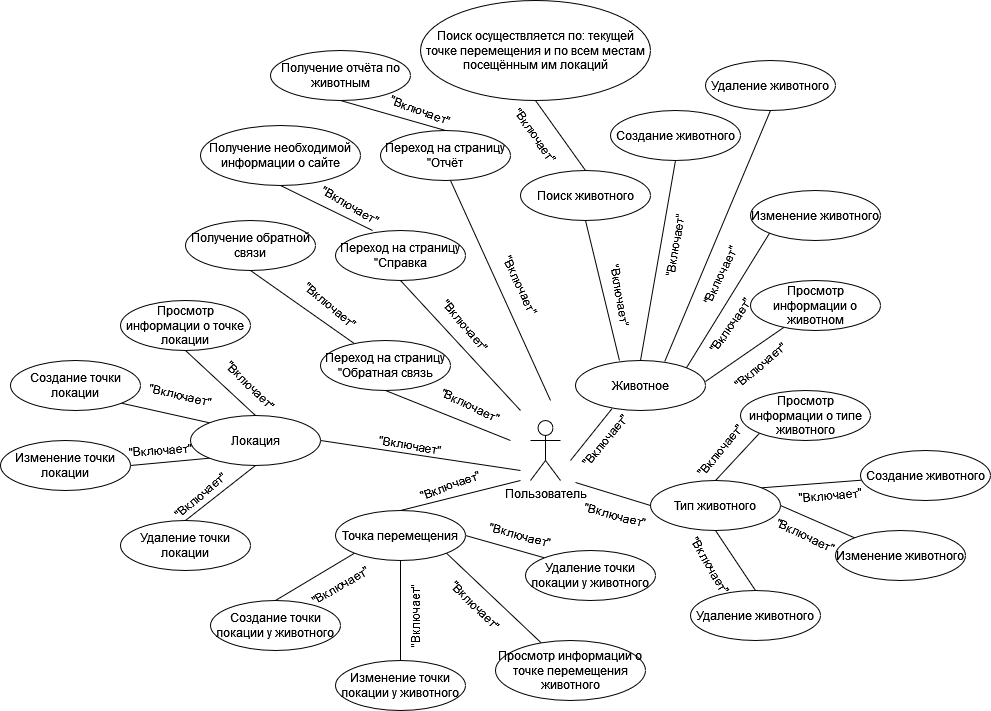
snglrtycrvtureofspce/AnimalTrackerApp keeps this draw.io diagram as resources/assets/ДВИ.png. Above is the earlier version. Source tidied: cells renumbered, new cells last; positions are measured from the earlier drawing's top-left corner, leaving out a move shared by most shapes.
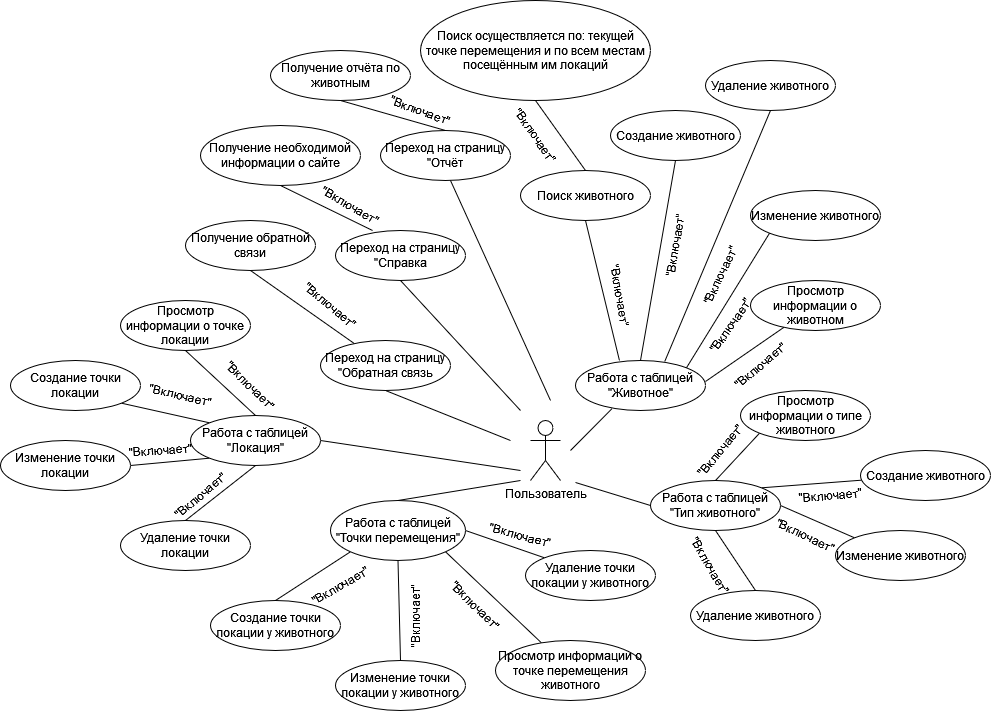
After the change.

The edit, as a diff of the source:
```diff
@@ -5,18 +5,15 @@
     <mxCell id="2" value="Пользователь" style="shape=umlActor;verticalLabelPosition=bottom;verticalAlign=top;html=1;" parent="1" vertex="1">
       <mxGeometry x="530" y="420" width="30" height="60" as="geometry" />
     </mxCell>
-    <mxCell id="3" value="Животное" style="ellipse;whiteSpace=wrap;html=1;" parent="1" vertex="1">
+    <mxCell id="3" value="Работа с таблицей &quot;Животное&quot;" style="ellipse;whiteSpace=wrap;html=1;" parent="1" vertex="1">
       <mxGeometry x="575" y="360" width="130" height="50" as="geometry" />
     </mxCell>
     <mxCell id="4" value="Просмотр информации о животном" style="ellipse;whiteSpace=wrap;html=1;" parent="1" vertex="1">
       <mxGeometry x="750" y="280" width="130" height="50" as="geometry" />
     </mxCell>
-    <mxCell id="5" value="&quot;Включает&quot;" style="text;html=1;strokeColor=none;fillColor=none;align=center;verticalAlign=middle;whiteSpace=wrap;rounded=0;rotation=-50;" parent="1" vertex="1">
-      <mxGeometry x="575" y="425" width="60" height="30" as="geometry" />
-    </mxCell>
     <mxCell id="6" style="endArrow=none;html=1;rounded=0;exitX=0.282;exitY=0.96;exitDx=0;exitDy=0;exitPerimeter=0;" parent="1" edge="1" source="3">
       <mxGeometry relative="1" as="geometry">
-        <mxPoint x="570" y="460" as="targetPoint" />
+        <mxPoint x="570" y="450" as="targetPoint" />
       </mxGeometry>
     </mxCell>
     <mxCell id="7" style="endArrow=none;html=1;rounded=0;" parent="1" edge="1" source="4">
@@ -72,7 +69,7 @@
     <mxCell id="23" value="&quot;Включает&quot;" style="text;html=1;strokeColor=none;fillColor=none;align=center;verticalAlign=middle;whiteSpace=wrap;rounded=0;rotation=-80;" parent="1" vertex="1">
       <mxGeometry x="645" y="230" width="60" height="30" as="geometry" />
     </mxCell>
-    <mxCell id="24" value="Тип животного" style="ellipse;whiteSpace=wrap;html=1;" parent="1" vertex="1">
+    <mxCell id="24" value="Работа с таблицей &quot;Тип животного&quot;" style="ellipse;whiteSpace=wrap;html=1;" parent="1" vertex="1">
       <mxGeometry x="650" y="480" width="130" height="50" as="geometry" />
     </mxCell>
     <mxCell id="25" style="endArrow=none;html=1;rounded=0;exitX=0;exitY=0.5;exitDx=0;exitDy=0;" parent="1" edge="1" source="24">
@@ -80,9 +77,6 @@
         <mxPoint x="575" y="482" as="targetPoint" />
       </mxGeometry>
     </mxCell>
-    <mxCell id="26" value="&quot;Включает&quot;" style="text;html=1;strokeColor=none;fillColor=none;align=center;verticalAlign=middle;whiteSpace=wrap;rounded=0;rotation=15;" parent="1" vertex="1">
-      <mxGeometry x="585" y="500" width="60" height="30" as="geometry" />
-    </mxCell>
     <mxCell id="27" style="endArrow=none;html=1;rounded=0;exitX=0;exitY=1;exitDx=0;exitDy=0;entryX=0.5;entryY=0;entryDx=0;entryDy=0;" parent="1" edge="1" source="28" target="24">
       <mxGeometry relative="1" as="geometry" />
     </mxCell>
@@ -119,7 +113,7 @@
     <mxCell id="38" value="&quot;Включает&quot;" style="text;html=1;strokeColor=none;fillColor=none;align=center;verticalAlign=middle;whiteSpace=wrap;rounded=0;rotation=25;" parent="1" vertex="1">
       <mxGeometry x="775" y="520" width="60" height="30" as="geometry" />
     </mxCell>
-    <mxCell id="39" value="Локация" style="ellipse;whiteSpace=wrap;html=1;" parent="1" vertex="1">
+    <mxCell id="39" value="Работа с таблицей &quot;Локация&quot;" style="ellipse;whiteSpace=wrap;html=1;" parent="1" vertex="1">
       <mxGeometry x="190" y="415" width="130" height="50" as="geometry" />
     </mxCell>
     <mxCell id="40" style="endArrow=none;html=1;rounded=0;exitX=1;exitY=0.5;exitDx=0;exitDy=0;" parent="1" edge="1" source="39">
@@ -168,8 +162,8 @@
         <mxPoint x="520" y="480" as="targetPoint" />
       </mxGeometry>
     </mxCell>
-    <mxCell id="54" value="Точка перемещения" style="ellipse;whiteSpace=wrap;html=1;" parent="1" vertex="1">
-      <mxGeometry x="335" y="510" width="130" height="50" as="geometry" />
+    <mxCell id="54" value="Работа с таблицей &quot;Точки перемещения&quot;" style="ellipse;whiteSpace=wrap;html=1;" parent="1" vertex="1">
+      <mxGeometry x="330" y="500" width="135" height="60" as="geometry" />
     </mxCell>
     <mxCell id="55" value="Просмотр информации о точке перемещения животного" style="ellipse;whiteSpace=wrap;html=1;" parent="1" vertex="1">
       <mxGeometry x="495" y="640" width="150" height="60" as="geometry" />
@@ -195,9 +189,6 @@
     <mxCell id="62" style="endArrow=none;html=1;rounded=0;exitX=1;exitY=1;exitDx=0;exitDy=0;" parent="1" edge="1" source="54" target="55">
       <mxGeometry relative="1" as="geometry" />
     </mxCell>
-    <mxCell id="63" value="&quot;Включает&quot;" style="text;html=1;strokeColor=none;fillColor=none;align=center;verticalAlign=middle;whiteSpace=wrap;rounded=0;rotation=-20;" parent="1" vertex="1">
-      <mxGeometry x="420" y="470" width="60" height="30" as="geometry" />
-    </mxCell>
     <mxCell id="64" value="&quot;Включает&quot;" style="text;html=1;strokeColor=none;fillColor=none;align=center;verticalAlign=middle;whiteSpace=wrap;rounded=0;rotation=-30;" parent="1" vertex="1">
       <mxGeometry x="310" y="570" width="60" height="30" as="geometry" />
     </mxCell>
@@ -218,12 +209,6 @@
         <mxPoint x="510" y="440" as="targetPoint" />
       </mxGeometry>
     </mxCell>
-    <mxCell id="70" value="&quot;Включает&quot;" style="text;html=1;strokeColor=none;fillColor=none;align=center;verticalAlign=middle;whiteSpace=wrap;rounded=0;rotation=10;" parent="1" vertex="1">
-      <mxGeometry x="380" y="430" width="60" height="30" as="geometry" />
-    </mxCell>
-    <mxCell id="71" value="&quot;Включает&quot;" style="text;html=1;strokeColor=none;fillColor=none;align=center;verticalAlign=middle;whiteSpace=wrap;rounded=0;rotation=25;" parent="1" vertex="1">
-      <mxGeometry x="440" y="390" width="60" height="30" as="geometry" />
-    </mxCell>
     <mxCell id="72" value="Переход на страницу &quot;Справка" style="ellipse;whiteSpace=wrap;html=1;" parent="1" vertex="1">
       <mxGeometry x="335" y="230" width="130" height="50" as="geometry" />
     </mxCell>
@@ -241,12 +226,6 @@
         <mxPoint x="550" y="400" as="targetPoint" />
       </mxGeometry>
     </mxCell>
-    <mxCell id="76" value="&quot;Включает&quot;" style="text;html=1;strokeColor=none;fillColor=none;align=center;verticalAlign=middle;whiteSpace=wrap;rounded=0;rotation=50;" parent="1" vertex="1">
-      <mxGeometry x="435" y="310" width="60" height="30" as="geometry" />
-    </mxCell>
-    <mxCell id="77" value="&quot;Включает&quot;" style="text;html=1;strokeColor=none;fillColor=none;align=center;verticalAlign=middle;whiteSpace=wrap;rounded=0;rotation=65;" parent="1" vertex="1">
-      <mxGeometry x="490" y="270" width="60" height="30" as="geometry" />
-    </mxCell>
     <mxCell id="78" style="endArrow=none;html=1;rounded=0;entryX=0.5;entryY=1;entryDx=0;entryDy=0;" parent="1" edge="1" source="68" target="79">
       <mxGeometry relative="1" as="geometry" />
     </mxCell>
```
